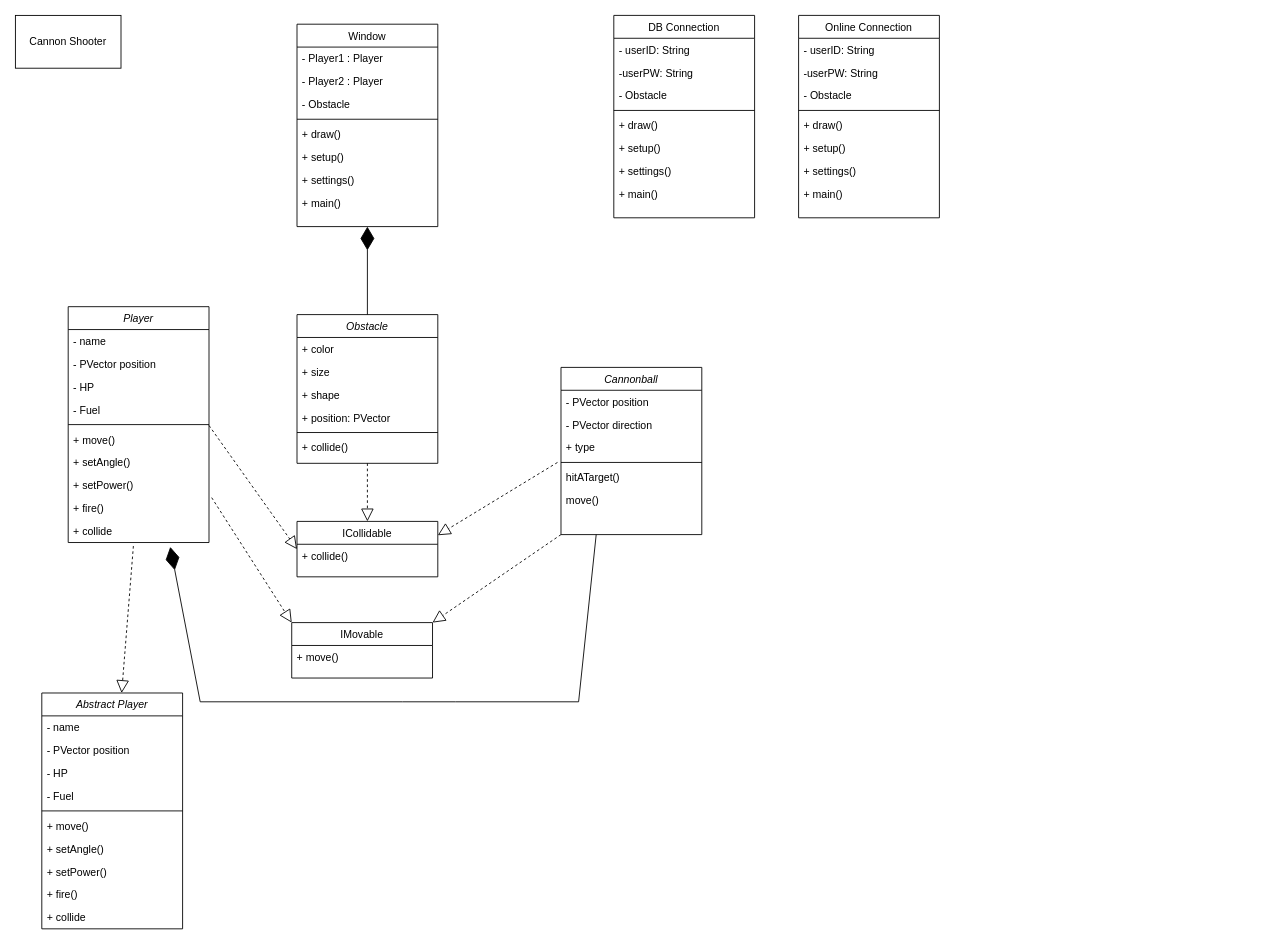
TaylorJi/tay_nash_gunbound2 keeps this draw.io diagram as Concept/UML.drawio. Above is the earlier version. Source tidied: cells renumbered, new cells numbered last; positions are measured from the earlier drawing's top-left corner, leaving out a move shared by most shapes. Both pictures are drawn from the tidied source at 88%, with x=0, y=0 at pixel (15, 15).
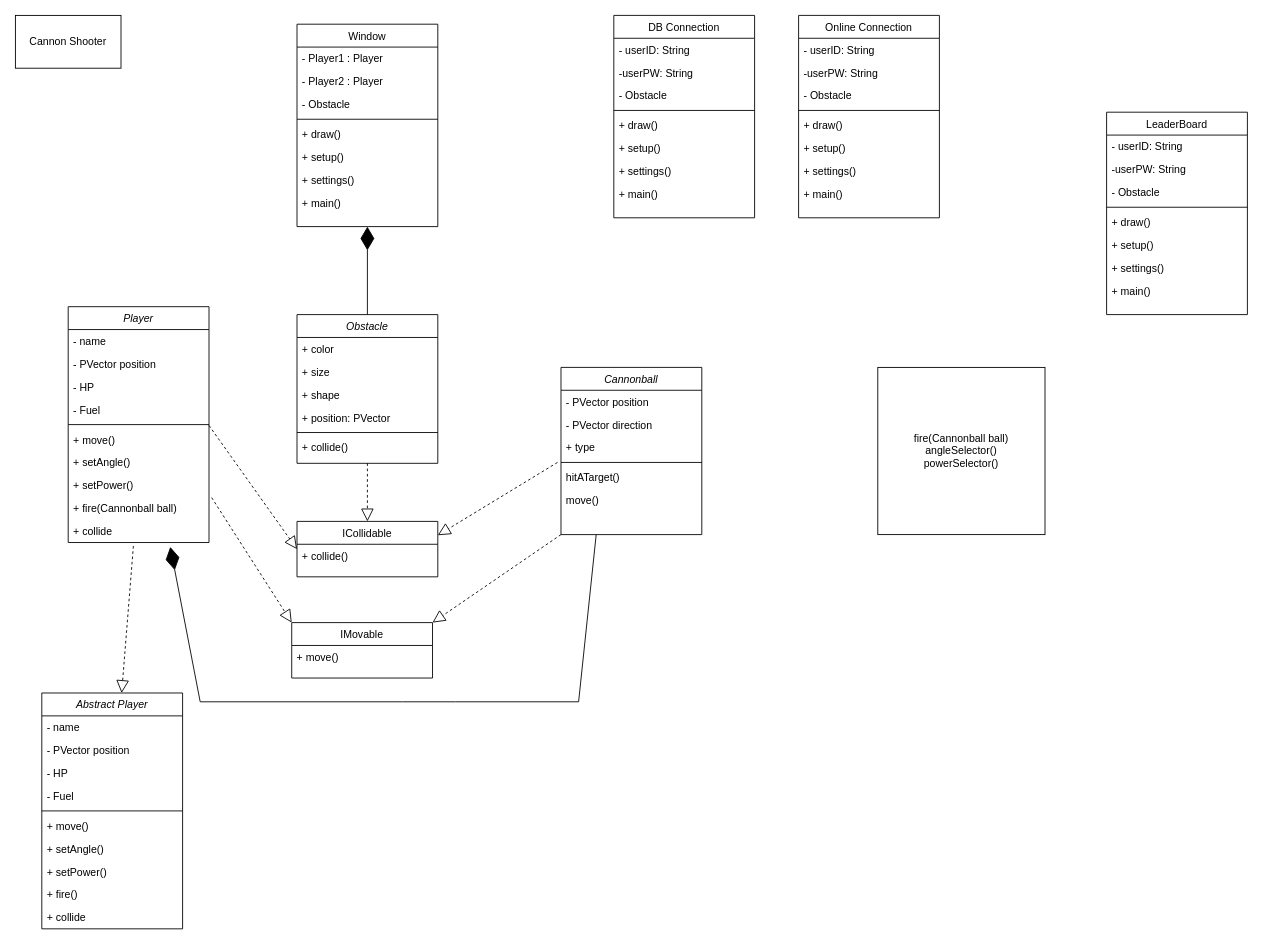
The same page after the edit.

Commit message (it also covers changes not shown here):
update isHitPlayer and UML diagram

Unchanged cells that the change refers to:
```xml
<mxCell id="44" value="Player" style="swimlane;fontStyle=2;align=center;verticalAlign=top;horizontal=1;startSize=26;rounded=0;shadow=0;strokeWidth=1;" parent="1" vertex="1">
  <mxGeometry x="60" y="331" width="160" height="268" as="geometry" />
</mxCell>
```

What changed in the source:
```diff
@@
-    <mxCell id="53" value="+ fire()" style="text;align=left;verticalAlign=top;spacingLeft=4;spacingRight=4;overflow=hidden;points=[[0,0.5],[1,0.5]];portConstraint=eastwest;" parent="44" vertex="1">
+    <mxCell id="53" value="+ fire(Cannonball ball)" style="text;align=left;verticalAlign=top;spacingLeft=4;spacingRight=4;overflow=hidden;points=[[0,0.5],[1,0.5]];portConstraint=eastwest;" parent="44" vertex="1">
       <mxGeometry y="216" width="160" height="26" as="geometry" />
     </mxCell>
@@
+    <mxCell id="78" value="fire(Cannonball ball)&lt;br&gt;angleSelector()&lt;br&gt;powerSelector()" style="whiteSpace=wrap;html=1;" parent="1" vertex="1">
+      <mxGeometry x="980" y="400" width="190" height="190" as="geometry" />
+    </mxCell>
+    <mxCell id="79" value="LeaderBoard" style="swimlane;fontStyle=0;align=center;verticalAlign=top;horizontal=1;startSize=26;rounded=0;shadow=0;strokeWidth=1;" parent="1" vertex="1">
+      <mxGeometry x="1240" y="110" width="160" height="230" as="geometry" />
+    </mxCell>
+    <mxCell id="80" value="- userID: String" style="text;align=left;verticalAlign=top;spacingLeft=4;spacingRight=4;overflow=hidden;" parent="79" vertex="1">
+      <mxGeometry y="26" width="160" height="26" as="geometry" />
+    </mxCell>
+    <mxCell id="81" value="-userPW: String " style="text;align=left;verticalAlign=top;spacingLeft=4;spacingRight=4;overflow=hidden;rounded=0;shadow=0;html=0;" parent="79" vertex="1">
+      <mxGeometry y="52" width="160" height="26" as="geometry" />
+    </mxCell>
+    <mxCell id="82" value="- Obstacle" style="text;align=left;verticalAlign=top;spacingLeft=4;spacingRight=4;overflow=hidden;rounded=0;shadow=0;html=0;" parent="79" vertex="1">
+      <mxGeometry y="78" width="160" height="26" as="geometry" />
+    </mxCell>
+    <mxCell id="83" style="line;html=1;strokeWidth=1;align=left;verticalAlign=middle;spacingTop=-1;spacingLeft=3;spacingRight=3;labelPosition=right;" parent="79" vertex="1">
+      <mxGeometry y="104" width="160" height="8" as="geometry" />
+    </mxCell>
+    <mxCell id="84" value="+ draw()" style="text;align=left;verticalAlign=top;spacingLeft=4;spacingRight=4;overflow=hidden;" parent="79" vertex="1">
+      <mxGeometry y="112" width="160" height="26" as="geometry" />
+    </mxCell>
+    <mxCell id="85" value="+ setup()" style="text;align=left;verticalAlign=top;spacingLeft=4;spacingRight=4;overflow=hidden;" parent="79" vertex="1">
+      <mxGeometry y="138" width="160" height="26" as="geometry" />
+    </mxCell>
+    <mxCell id="86" value="+ settings()" style="text;align=left;verticalAlign=top;spacingLeft=4;spacingRight=4;overflow=hidden;" parent="79" vertex="1">
+      <mxGeometry y="164" width="160" height="26" as="geometry" />
+    </mxCell>
+    <mxCell id="87" value="+ main()" style="text;align=left;verticalAlign=top;spacingLeft=4;spacingRight=4;overflow=hidden;" parent="79" vertex="1">
+      <mxGeometry y="190" width="160" height="26" as="geometry" />
+    </mxCell>
```
